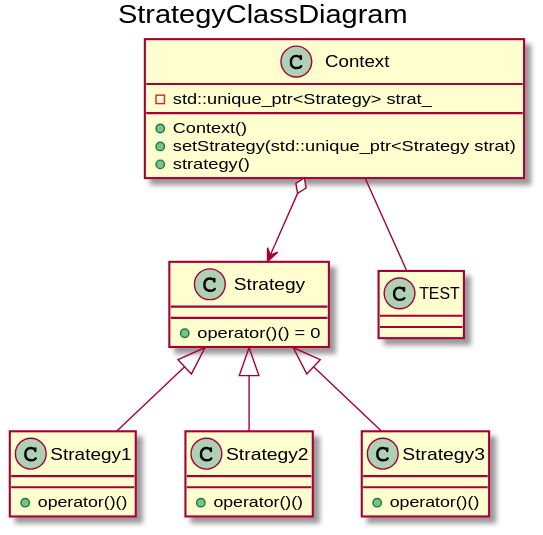
LuMoehlenkamp/gitTest keeps this PlantUML diagram as docs/src/StrategyClassDiagram.svg. Above is the earlier version. Its diagram source:
```plantuml
@startuml
title StrategyClassDiagram

class Strategy {
  + operator()() = 0
}

class Strategy1 {
  + operator()()
}

class Strategy2 {
  + operator()()
}

class Strategy3 {
  + operator()()
}

class Context {
  - std::unique_ptr<Strategy> strat_
  + Context()
  + setStrategy(std::unique_ptr<Strategy strat)
  + strategy()
}

Context o--> Strategy
Strategy <|-- Strategy1
Strategy <|-- Strategy2
Strategy <|-- Strategy3
Context -- TEST
@enduml
```
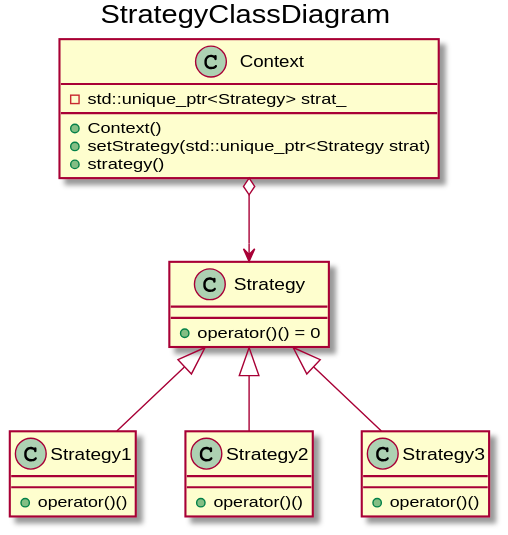
After the change.

The edit, as a diff of the source:
```diff
@@ -28,5 +28,4 @@
 Strategy <|-- Strategy1
 Strategy <|-- Strategy2
 Strategy <|-- Strategy3
-Context -- TEST
 @enduml
```
